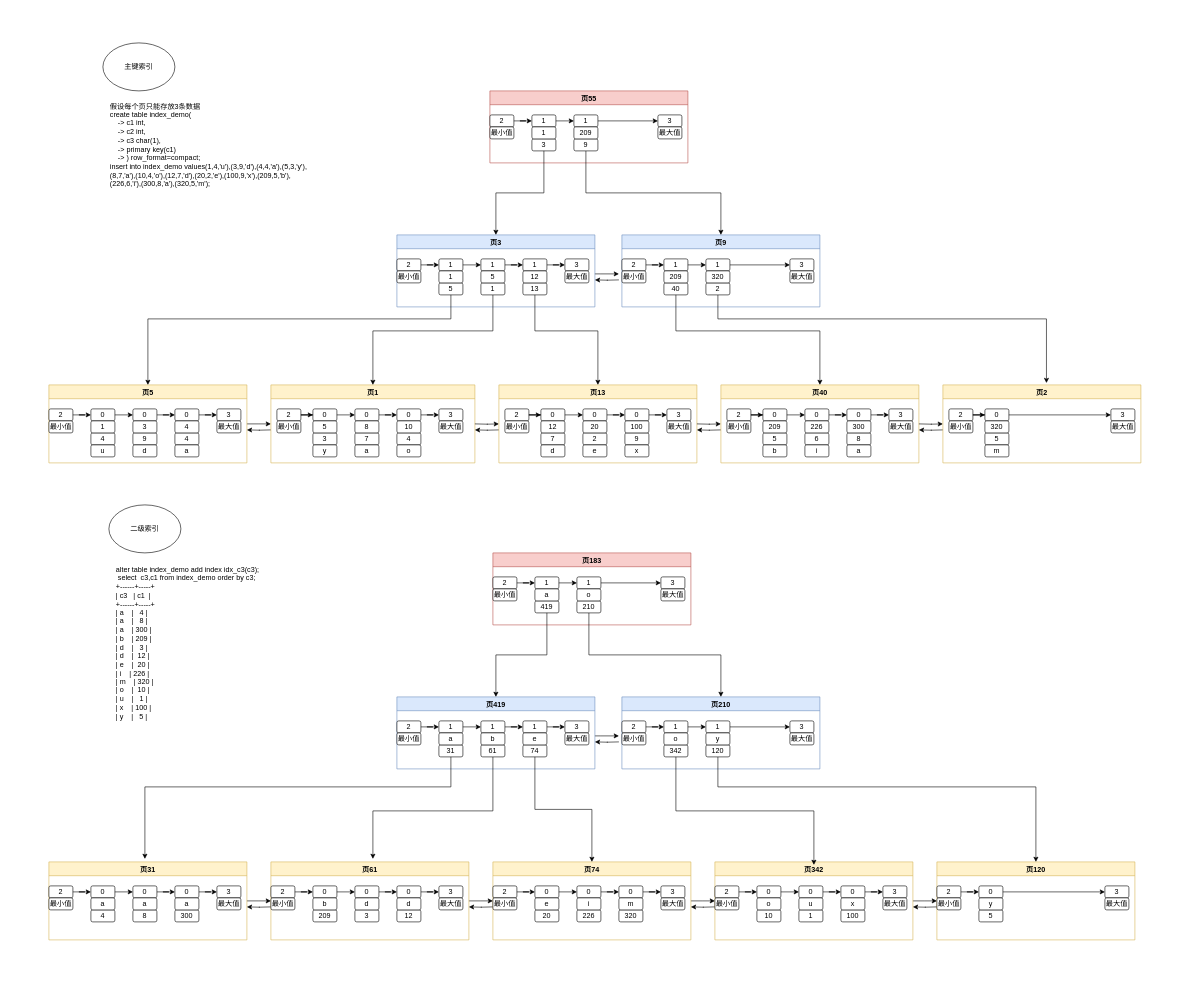
Above: pagerelation.drawio in wqfgithub/drawio (draw.io), before the change. Source tidied: cells renumbered, new cells numbered last; positions are measured from the earlier drawing's top-left corner, leaving out a move shared by most shapes. Both pictures are drawn from the tidied source at 60%, with x=0, y=0 at pixel (49, 43).
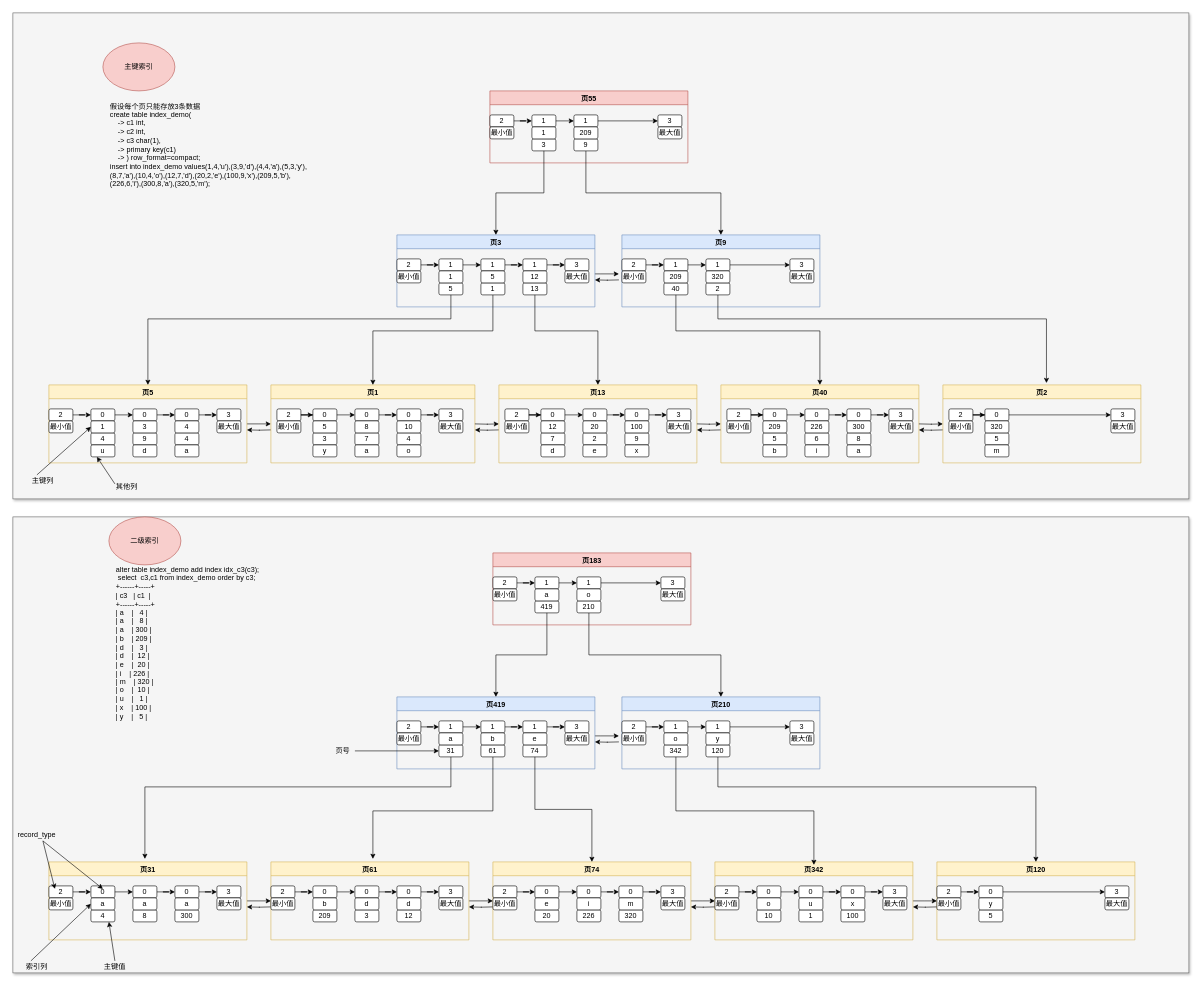
The same page after the edit.

The change refers to these unchanged cells:
```xml
<mxCell id="6" value="u" style="rounded=1;whiteSpace=wrap;html=1;" parent="3" vertex="1">
  <mxGeometry x="70" y="100" width="40" height="20" as="geometry" />
</mxCell>
<mxCell id="18" value="1" style="rounded=1;whiteSpace=wrap;html=1;" parent="1" vertex="1">
  <mxGeometry x="70" y="630" width="40" height="20" as="geometry" />
</mxCell>
<mxCell id="163" value="页31" style="swimlane;fillColor=#fff2cc;strokeColor=#d6b656;" parent="1" vertex="1">
  <mxGeometry y="1365" width="330" height="130" as="geometry" />
</mxCell>
<mxCell id="175" value="a" style="rounded=1;whiteSpace=wrap;html=1;" parent="1" vertex="1">
  <mxGeometry x="70" y="1425" width="40" height="20" as="geometry" />
</mxCell>
<mxCell id="253" value="页419" style="swimlane;fillColor=#dae8fc;strokeColor=#6c8ebf;" parent="1" vertex="1">
  <mxGeometry x="580" y="1090" width="330" height="120" as="geometry" />
</mxCell>
```

The edit, as a diff of the source:
```diff
@@
+    <mxCell id="309" style="rounded=0;whiteSpace=wrap;html=1;shadow=1;sketch=0;align=center;fillColor=#f5f5f5;strokeColor=#666666;fontColor=#333333;" parent="1" vertex="1">
+      <mxGeometry x="-60" y="790" width="1960" height="760" as="geometry" />
+    </mxCell>
+    <mxCell id="310" style="rounded=0;whiteSpace=wrap;html=1;align=center;sketch=0;shadow=1;fillColor=#f5f5f5;strokeColor=#666666;fontColor=#333333;" parent="1" vertex="1">
+      <mxGeometry x="-60" y="-50" width="1960" height="810" as="geometry" />
+    </mxCell>
@@
-    <mxCell id="161" value="主键索引" style="ellipse;whiteSpace=wrap;html=1;align=center;" parent="1" vertex="1">
+    <mxCell id="161" value="主键索引" style="ellipse;whiteSpace=wrap;html=1;align=center;fillColor=#f8cecc;strokeColor=#b85450;" parent="1" vertex="1">
       <mxGeometry x="90" width="120" height="80" as="geometry" />
     </mxCell>
@@
+    <mxCell id="311" style="endArrow=classic;html=1;entryX=0;entryY=0.5;entryDx=0;entryDy=0;" parent="163" edge="1" target="175">
+      <mxGeometry relative="1" as="geometry">
+        <mxPoint x="-30" y="165" as="sourcePoint" />
+      </mxGeometry>
+    </mxCell>
+    <mxCell id="312" style="endArrow=classic;html=1;" parent="163" edge="1">
+      <mxGeometry relative="1" as="geometry">
+        <mxPoint x="110" y="165" as="sourcePoint" />
+        <mxPoint x="100" y="100" as="targetPoint" />
+      </mxGeometry>
+    </mxCell>
@@
+    <mxCell id="313" style="endArrow=classic;html=1;" parent="253" edge="1">
+      <mxGeometry relative="1" as="geometry">
+        <mxPoint x="-70" y="90" as="sourcePoint" />
+        <mxPoint x="70" y="90" as="targetPoint" />
+      </mxGeometry>
+    </mxCell>
@@
-    <mxCell id="308" value="二级索引" style="ellipse;whiteSpace=wrap;html=1;align=center;" parent="1" vertex="1">
-      <mxGeometry x="100" y="770" width="120" height="80" as="geometry" />
+    <mxCell id="308" value="二级索引" style="ellipse;whiteSpace=wrap;html=1;align=center;fillColor=#f8cecc;strokeColor=#b85450;" parent="1" vertex="1">
+      <mxGeometry x="100" y="790" width="120" height="80" as="geometry" />
     </mxCell>
+    <mxCell id="314" style="endArrow=classic;html=1;exitX=0.75;exitY=1;exitDx=0;exitDy=0;" parent="1" edge="1" source="315">
+      <mxGeometry relative="1" as="geometry">
+        <mxPoint x="10" y="1410" as="targetPoint" />
+      </mxGeometry>
+    </mxCell>
+    <mxCell id="315" value="record_type" style="text;html=1;strokeColor=none;fillColor=none;align=center;verticalAlign=middle;whiteSpace=wrap;rounded=0;" parent="1" vertex="1">
+      <mxGeometry x="-40" y="1310" width="40" height="20" as="geometry" />
+    </mxCell>
+    <mxCell id="316" value="索引列" style="text;html=1;strokeColor=none;fillColor=none;align=center;verticalAlign=middle;whiteSpace=wrap;rounded=0;" parent="1" vertex="1">
+      <mxGeometry x="-40" y="1530" width="40" height="20" as="geometry" />
+    </mxCell>
+    <mxCell id="317" value="主键值" style="text;html=1;strokeColor=none;fillColor=none;align=center;verticalAlign=middle;whiteSpace=wrap;rounded=0;" parent="1" vertex="1">
+      <mxGeometry x="90" y="1530" width="40" height="20" as="geometry" />
+    </mxCell>
+    <mxCell id="318" value="页号" style="text;html=1;strokeColor=none;fillColor=none;align=center;verticalAlign=middle;whiteSpace=wrap;rounded=0;" parent="1" vertex="1">
+      <mxGeometry x="470" y="1170" width="40" height="20" as="geometry" />
+    </mxCell>
+    <mxCell id="319" style="endArrow=classic;html=1;" parent="1" edge="1">
+      <mxGeometry relative="1" as="geometry">
+        <mxPoint x="-10" y="1330" as="sourcePoint" />
+        <mxPoint x="90" y="1410" as="targetPoint" />
+      </mxGeometry>
+    </mxCell>
+    <mxCell id="320" style="endArrow=classic;html=1;entryX=0;entryY=0.5;entryDx=0;entryDy=0;" parent="1" edge="1" target="18">
+      <mxGeometry relative="1" as="geometry">
+        <mxPoint x="-20" y="720" as="sourcePoint" />
+      </mxGeometry>
+    </mxCell>
+    <mxCell id="321" value="主键列" style="text;html=1;strokeColor=none;fillColor=none;align=center;verticalAlign=middle;whiteSpace=wrap;rounded=0;" parent="1" vertex="1">
+      <mxGeometry x="-30" y="720" width="40" height="20" as="geometry" />
+    </mxCell>
+    <mxCell id="322" style="endArrow=classic;html=1;entryX=0.25;entryY=1;entryDx=0;entryDy=0;exitX=0;exitY=0.25;exitDx=0;exitDy=0;" parent="1" edge="1" source="323" target="6">
+      <mxGeometry relative="1" as="geometry" />
+    </mxCell>
+    <mxCell id="323" value="其他列" style="text;html=1;strokeColor=none;fillColor=none;align=center;verticalAlign=middle;whiteSpace=wrap;rounded=0;" parent="1" vertex="1">
+      <mxGeometry x="110" y="730" width="40" height="20" as="geometry" />
+    </mxCell>
```
